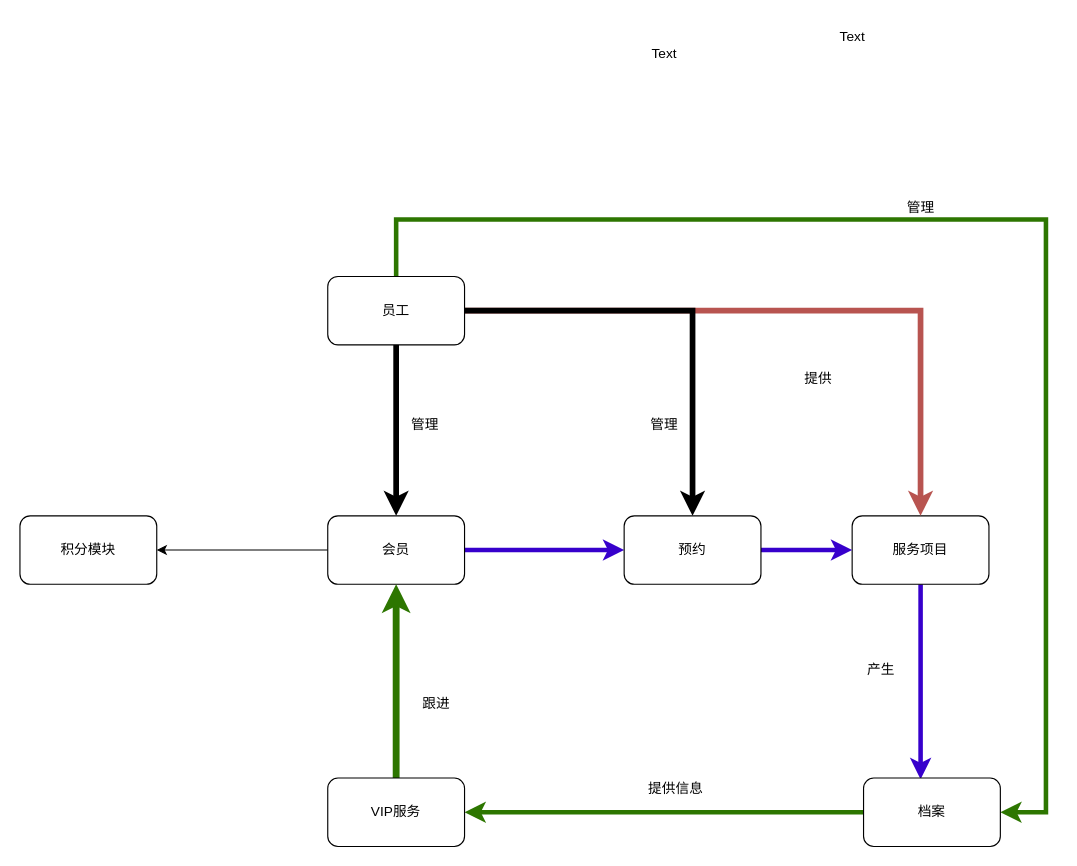
Earlier version of the draw.io diagram 未命名绘图.drawio (dengjunwen/UML). Source tidied: cells renumbered, new cells numbered last; positions are measured from the earlier drawing's top-left corner, leaving out a move shared by most shapes. Both pictures are drawn from the tidied source at 114%, with x=0, y=0 at pixel (19, 19).
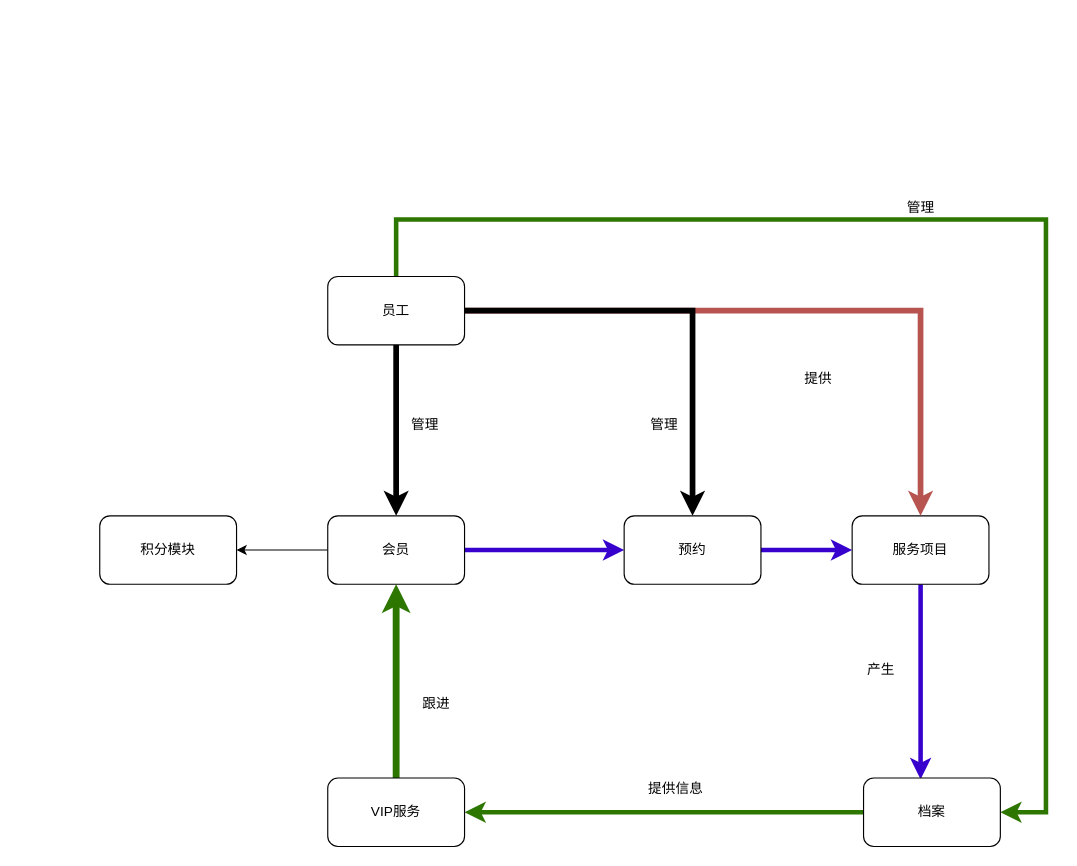
After the change.

Commit message:
更新未命名绘图.drawio

Change to the diagram source:
```diff
@@
-    <mxCell id="24" value="Text" style="text;html=1;align=center;verticalAlign=middle;strokeColor=none;fillColor=none;" parent="1" vertex="1">
-      <mxGeometry x="540" y="15" width="50" height="30" as="geometry" />
-    </mxCell>
-    <mxCell id="25" value="Text" style="text;html=1;align=center;verticalAlign=middle;strokeColor=none;fillColor=none;" parent="1" vertex="1">
-      <mxGeometry x="705" width="50" height="30" as="geometry" />
-    </mxCell>
@@
     <mxCell id="27" value="积分模块" style="rounded=1;whiteSpace=wrap;html=1;" parent="1" vertex="1">
-      <mxGeometry y="435" width="120" height="60" as="geometry" />
+      <mxGeometry x="70" y="435" width="120" height="60" as="geometry" />
     </mxCell>
```
